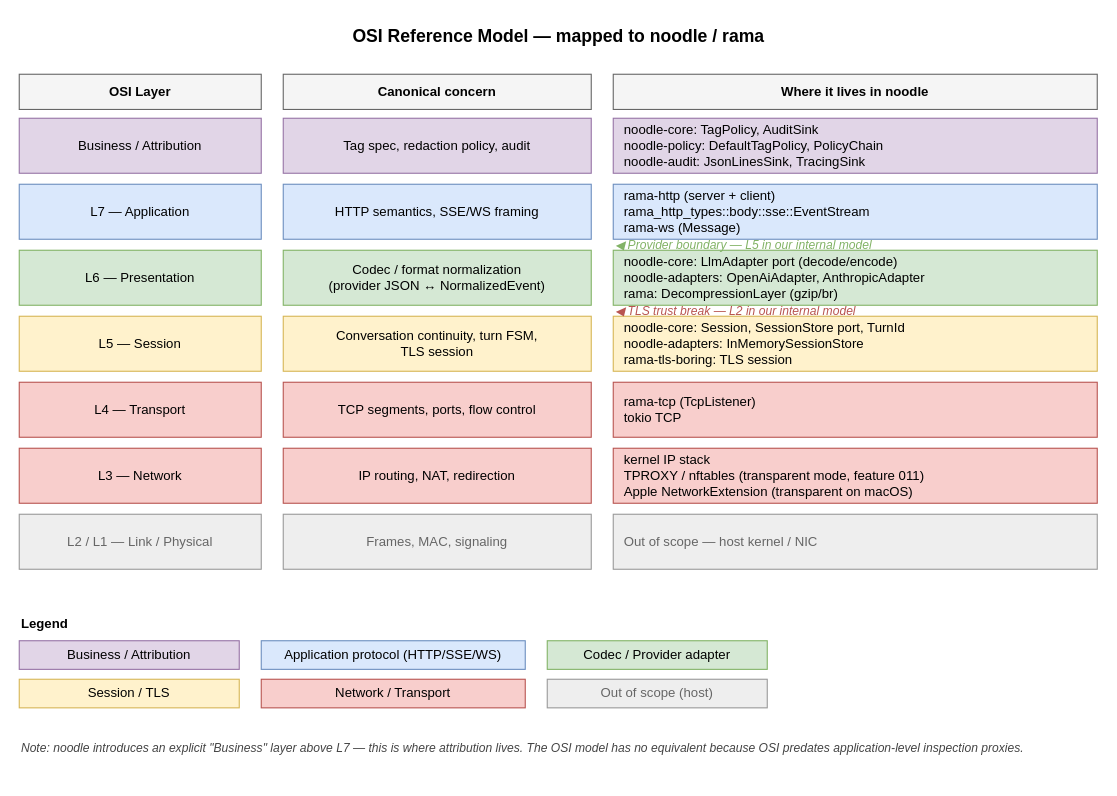
Earlier version of the draw.io diagram docs/diagrams/osi-mapping.drawio (josephbarnett/noodle). Source tidied: cells renumbered, new cells numbered last; positions are measured from the earlier drawing's top-left corner, leaving out a move shared by most shapes. Both pictures are drawn from the tidied source at 110%, with x=0, y=0 at pixel (19, 19).
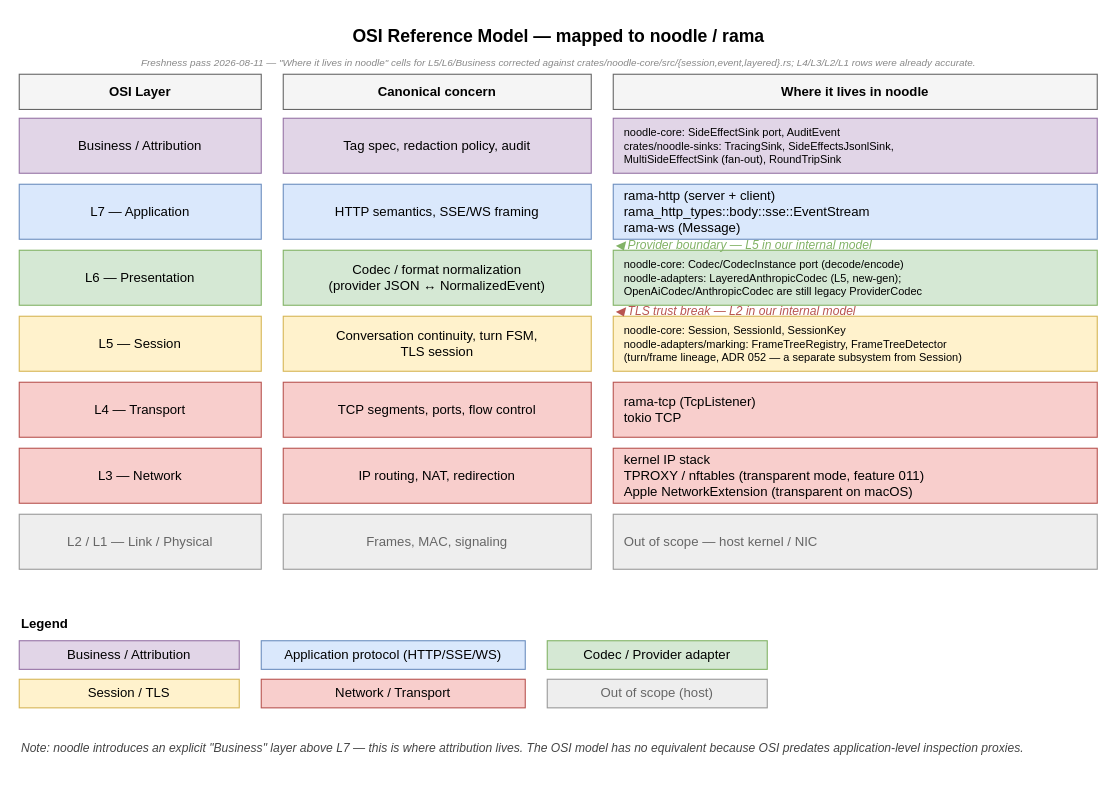
Above is the later version.

Commit message (it also covers changes not shown here):
docs: freshness pass on architecture/diagram docs — v1 fictions replaced with as-built (ADR 053) (#22)

Change to the diagram source:
```diff
@@
+    <mxCell id="37" value="Freshness pass 2026-08-11 — &quot;Where it lives in noodle&quot; cells for L5/L6/Business corrected against crates/noodle-core/src/{session,event,layered}.rs; L4/L3/L2/L1 rows were already accurate." style="text;html=1;align=center;verticalAlign=middle;fontSize=9;fontStyle=2;fontColor=#888888;" parent="1" vertex="1">
+      <mxGeometry y="32" width="980" height="16" as="geometry" />
+    </mxCell>
@@
-    <mxCell id="8" value="noodle-core: TagPolicy, AuditSink&#10;noodle-policy: DefaultTagPolicy, PolicyChain&#10;noodle-audit: JsonLinesSink, TracingSink" style="rounded=0;whiteSpace=wrap;html=1;fillColor=#e1d5e7;strokeColor=#9673a6;align=left;spacingLeft=8;" parent="1" vertex="1">
+    <mxCell id="8" value="noodle-core: SideEffectSink port, AuditEvent&#10;crates/noodle-sinks: TracingSink, SideEffectsJsonlSink,&#10;MultiSideEffectSink (fan-out), RoundTripSink" style="rounded=0;whiteSpace=wrap;html=1;fillColor=#e1d5e7;strokeColor=#9673a6;align=left;spacingLeft=8;fontSize=10;" parent="1" vertex="1">
       <mxGeometry x="540" y="90" width="440" height="50" as="geometry" />
     </mxCell>
@@
-    <mxCell id="14" value="noodle-core: LlmAdapter port (decode/encode)&#10;noodle-adapters: OpenAiAdapter, AnthropicAdapter&#10;rama: DecompressionLayer (gzip/br)" style="rounded=0;whiteSpace=wrap;html=1;fillColor=#d5e8d4;strokeColor=#82b366;align=left;spacingLeft=8;" parent="1" vertex="1">
+    <mxCell id="14" value="noodle-core: Codec/CodecInstance port (decode/encode)&#10;noodle-adapters: LayeredAnthropicCodec (L5, new-gen);&#10;OpenAiCodec/AnthropicCodec are still legacy ProviderCodec" style="rounded=0;whiteSpace=wrap;html=1;fillColor=#d5e8d4;strokeColor=#82b366;align=left;spacingLeft=8;fontSize=10;" parent="1" vertex="1">
       <mxGeometry x="540" y="210" width="440" height="50" as="geometry" />
     </mxCell>
@@
-    <mxCell id="17" value="noodle-core: Session, SessionStore port, TurnId&#10;noodle-adapters: InMemorySessionStore&#10;rama-tls-boring: TLS session" style="rounded=0;whiteSpace=wrap;html=1;fillColor=#fff2cc;strokeColor=#d6b656;align=left;spacingLeft=8;" parent="1" vertex="1">
+    <mxCell id="17" value="noodle-core: Session, SessionId, SessionKey&#10;noodle-adapters/marking: FrameTreeRegistry, FrameTreeDetector&#10;(turn/frame lineage, ADR 052 — a separate subsystem from Session)" style="rounded=0;whiteSpace=wrap;html=1;fillColor=#fff2cc;strokeColor=#d6b656;align=left;spacingLeft=8;fontSize=10;" parent="1" vertex="1">
       <mxGeometry x="540" y="270" width="440" height="50" as="geometry" />
     </mxCell>
```
